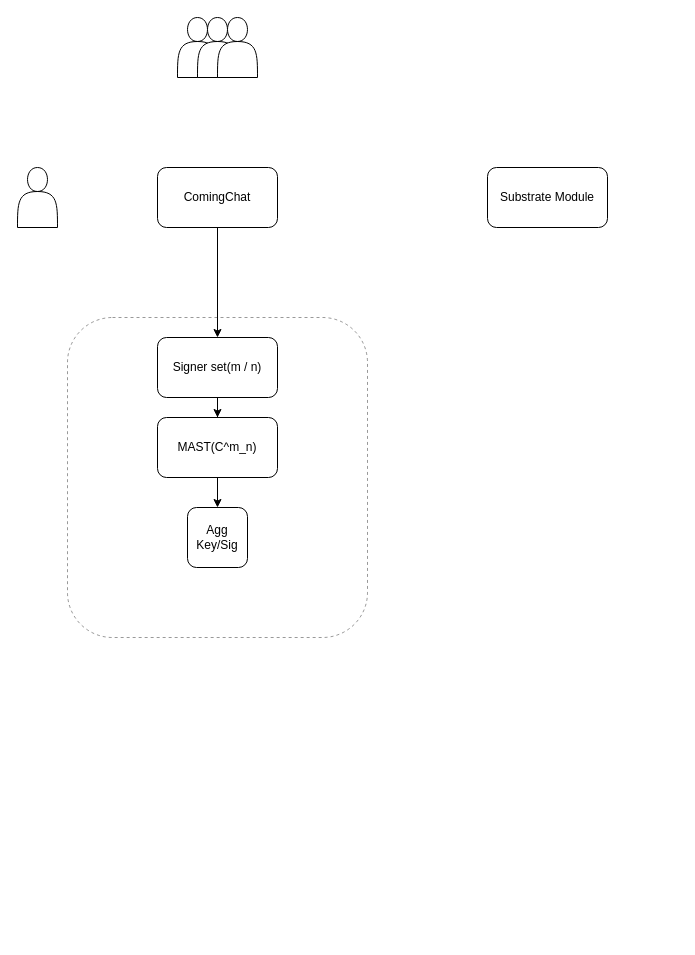
Earlier version of the draw.io diagram drawio/threshold_signature.drawio (0xrjman/resources). Source tidied: cells renumbered, new cells numbered last; positions are measured from the earlier drawing's top-left corner, leaving out a move shared by most shapes. Both pictures are drawn from the tidied source at 100%, with x=0, y=0 at pixel (17, 17).
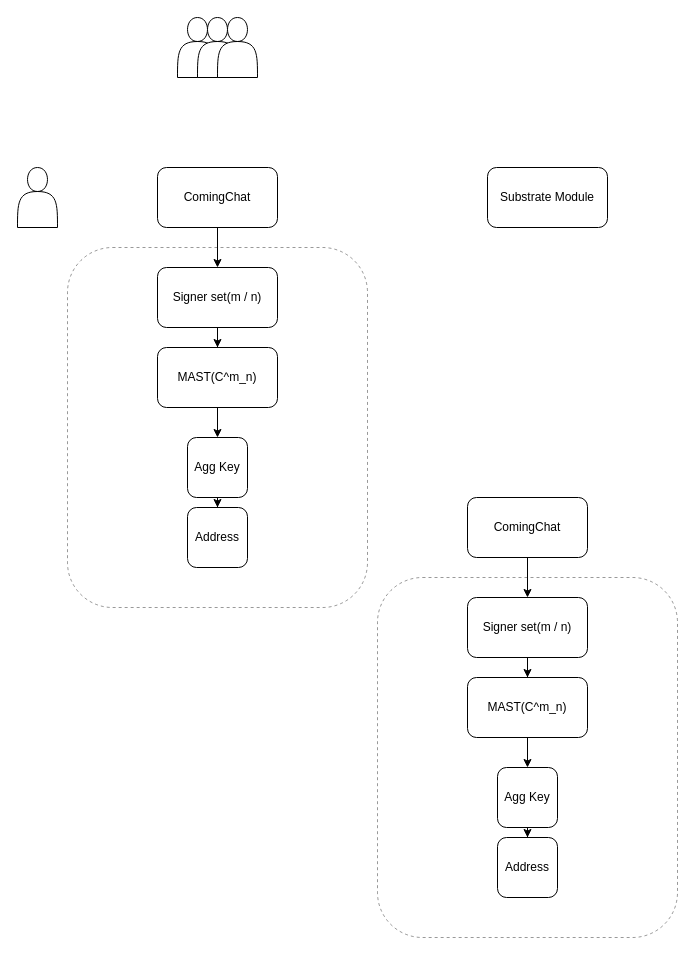
The same page after the edit.

The edit, as a diff of the source:
```diff
@@
     <mxCell id="2" style="rounded=1;whiteSpace=wrap;html=1;dashed=1;opacity=40;" parent="1" vertex="1">
-      <mxGeometry x="50" y="300" width="300" height="320" as="geometry" />
+      <mxGeometry x="50" y="230" width="300" height="360" as="geometry" />
     </mxCell>
@@
+    <mxCell id="15" style="edgeStyle=orthogonalEdgeStyle;rounded=0;jettySize=auto;html=1;" parent="1" edge="1" source="7" target="16">
+      <mxGeometry relative="1" as="geometry" />
+    </mxCell>
-    <mxCell id="7" value="Agg Key/Sig" style="rounded=1;whiteSpace=wrap;html=1;" parent="1" vertex="1">
-      <mxGeometry x="170" y="490" width="60" height="60" as="geometry" />
+    <mxCell id="7" value="Agg Key" style="rounded=1;whiteSpace=wrap;html=1;" parent="1" vertex="1">
+      <mxGeometry x="170" y="420" width="60" height="60" as="geometry" />
     </mxCell>
@@
     <mxCell id="9" value="Signer set(m / n)" style="rounded=1;whiteSpace=wrap;html=1;" parent="1" vertex="1">
-      <mxGeometry x="140" y="320" width="120" height="60" as="geometry" />
+      <mxGeometry x="140" y="250" width="120" height="60" as="geometry" />
     </mxCell>
     <mxCell id="10" value="MAST(C^m_n)" style="whiteSpace=wrap;html=1;rounded=1;" parent="1" vertex="1">
-      <mxGeometry x="140" y="400" width="120" height="60" as="geometry" />
+      <mxGeometry x="140" y="330" width="120" height="60" as="geometry" />
     </mxCell>
@@
+    <mxCell id="16" value="Address" style="whiteSpace=wrap;html=1;rounded=1;" parent="1" vertex="1">
+      <mxGeometry x="170" y="490" width="60" height="60" as="geometry" />
+    </mxCell>
+    <mxCell id="17" style="edgeStyle=orthogonalEdgeStyle;rounded=0;orthogonalLoop=1;jettySize=auto;html=1;exitX=0.5;exitY=1;exitDx=0;exitDy=0;" parent="1" edge="1" source="16" target="16">
+      <mxGeometry relative="1" as="geometry" />
+    </mxCell>
+    <mxCell id="18" style="rounded=1;whiteSpace=wrap;html=1;dashed=1;opacity=40;" parent="1" vertex="1">
+      <mxGeometry x="360" y="560" width="300" height="360" as="geometry" />
+    </mxCell>
+    <mxCell id="19" style="edgeStyle=orthogonalEdgeStyle;rounded=0;jettySize=auto;html=1;entryX=0.5;entryY=0;entryDx=0;entryDy=0;" parent="1" edge="1" source="20" target="25">
+      <mxGeometry relative="1" as="geometry" />
+    </mxCell>
+    <mxCell id="20" value="ComingChat" style="rounded=1;whiteSpace=wrap;html=1;" parent="1" vertex="1">
+      <mxGeometry x="450" y="480" width="120" height="60" as="geometry" />
+    </mxCell>
+    <mxCell id="21" style="edgeStyle=orthogonalEdgeStyle;rounded=0;jettySize=auto;html=1;exitX=0.5;exitY=1;exitDx=0;exitDy=0;" parent="1" edge="1" source="26" target="23">
+      <mxGeometry relative="1" as="geometry" />
+    </mxCell>
+    <mxCell id="22" style="edgeStyle=orthogonalEdgeStyle;rounded=0;jettySize=auto;html=1;" parent="1" edge="1" source="23" target="27">
+      <mxGeometry relative="1" as="geometry" />
+    </mxCell>
+    <mxCell id="23" value="Agg Key" style="rounded=1;whiteSpace=wrap;html=1;" parent="1" vertex="1">
+      <mxGeometry x="480" y="750" width="60" height="60" as="geometry" />
+    </mxCell>
+    <mxCell id="24" style="edgeStyle=orthogonalEdgeStyle;rounded=0;jettySize=auto;html=1;" parent="1" edge="1" source="25" target="26">
+      <mxGeometry relative="1" as="geometry" />
+    </mxCell>
+    <mxCell id="25" value="Signer set(m / n)" style="rounded=1;whiteSpace=wrap;html=1;" parent="1" vertex="1">
+      <mxGeometry x="450" y="580" width="120" height="60" as="geometry" />
+    </mxCell>
+    <mxCell id="26" value="MAST(C^m_n)" style="whiteSpace=wrap;html=1;rounded=1;" parent="1" vertex="1">
+      <mxGeometry x="450" y="660" width="120" height="60" as="geometry" />
+    </mxCell>
+    <mxCell id="27" value="Address" style="whiteSpace=wrap;html=1;rounded=1;" parent="1" vertex="1">
+      <mxGeometry x="480" y="820" width="60" height="60" as="geometry" />
+    </mxCell>
+    <mxCell id="28" style="edgeStyle=orthogonalEdgeStyle;rounded=0;orthogonalLoop=1;jettySize=auto;html=1;exitX=0.5;exitY=1;exitDx=0;exitDy=0;" parent="1" edge="1" source="27" target="27">
+      <mxGeometry relative="1" as="geometry" />
+    </mxCell>
```
